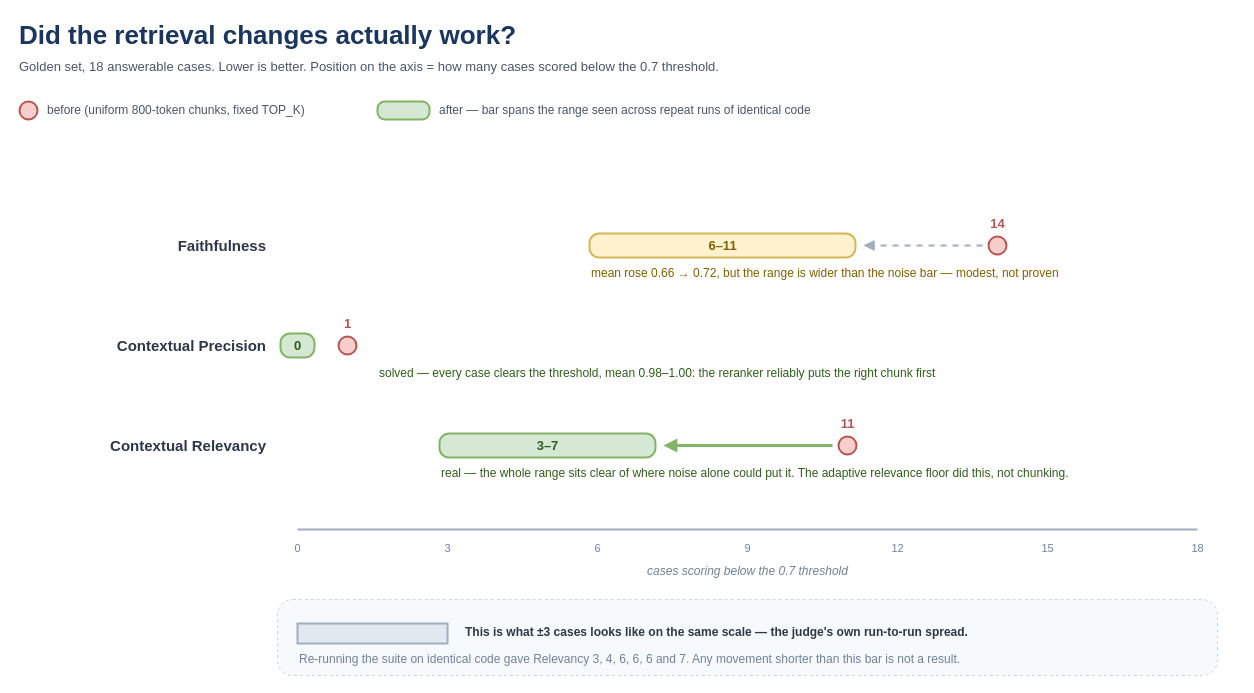
Earlier version of the draw.io diagram docs/diagrams/eval-results.drawio (aaqibkhorasi/Production-Grade-RAG). Source tidied: cells renumbered, new cells numbered last; positions are measured from the earlier drawing's top-left corner, leaving out a move shared by most shapes. Both pictures are drawn from the tidied source at 100%, with x=0, y=0 at pixel (17, 17).
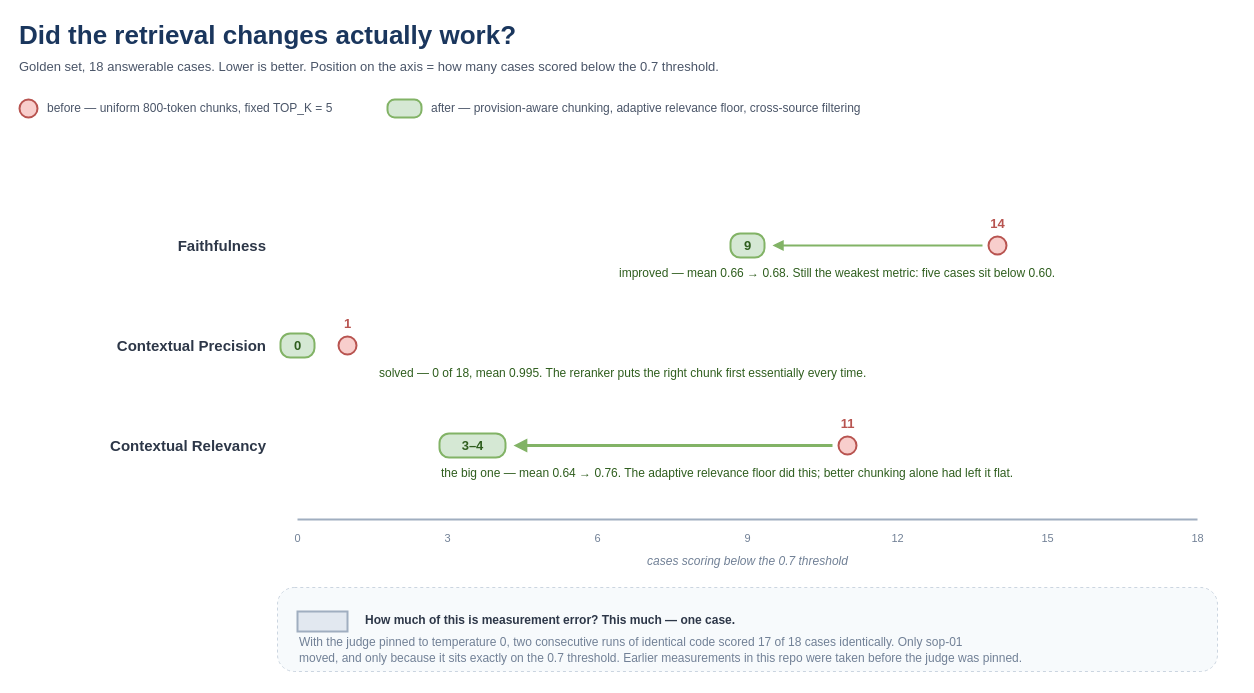
The same page after the edit.

Commit message (it also covers changes not shown here):
Redraw the results chart against the deterministic judge

What changed in the source:
```diff
@@
     <mxCell id="4" style="ellipse;html=1;fillColor=#F8CECC;strokeColor=#B85450;strokeWidth=2;" parent="1" vertex="1">
-      <mxGeometry x="2" y="84" width="18" height="18" as="geometry" />
+      <mxGeometry x="2" y="82" width="18" height="18" as="geometry" />
     </mxCell>
-    <mxCell id="5" value="before (uniform 800-token chunks, fixed TOP_K)" style="text;html=1;fontSize=12;fontColor=#4A5568;align=left;verticalAlign=middle;" parent="1" vertex="1">
-      <mxGeometry x="28" y="84" width="320" height="18" as="geometry" />
+    <mxCell id="5" value="before — uniform 800-token chunks, fixed TOP_K = 5" style="text;html=1;fontSize=12;fontColor=#4A5568;align=left;verticalAlign=middle;" parent="1" vertex="1">
+      <mxGeometry x="28" y="82" width="330" height="18" as="geometry" />
     </mxCell>
     <mxCell id="6" style="rounded=1;arcSize=40;html=1;fillColor=#D5E8D4;strokeColor=#82B366;strokeWidth=2;" parent="1" vertex="1">
-      <mxGeometry x="360" y="84" width="52" height="18" as="geometry" />
+      <mxGeometry x="370" y="82" width="34" height="18" as="geometry" />
     </mxCell>
-    <mxCell id="7" value="after — bar spans the range seen across repeat runs of identical code" style="text;html=1;fontSize=12;fontColor=#4A5568;align=left;verticalAlign=middle;" parent="1" vertex="1">
-      <mxGeometry x="420" y="84" width="470" height="18" as="geometry" />
+    <mxCell id="7" value="after — provision-aware chunking, adaptive relevance floor, cross-source filtering" style="text;html=1;fontSize=12;fontColor=#4A5568;align=left;verticalAlign=middle;" parent="1" vertex="1">
+      <mxGeometry x="412" y="82" width="560" height="18" as="geometry" />
     </mxCell>
     <mxCell id="8" style="endArrow=none;html=1;strokeColor=#A0AEC0;strokeWidth=2;" parent="1" edge="1">
       <mxGeometry relative="1" as="geometry">
-        <mxPoint x="280" y="512" as="sourcePoint" />
-        <mxPoint x="1180" y="512" as="targetPoint" />
+        <mxPoint x="280" y="502" as="sourcePoint" />
+        <mxPoint x="1180" y="502" as="targetPoint" />
       </mxGeometry>
     </mxCell>
     <mxCell id="9" value="0" style="text;html=1;fontSize=11;fontColor=#718096;align=center;" parent="1" vertex="1">
-      <mxGeometry x="260" y="518" width="40" height="18" as="geometry" />
+      <mxGeometry x="260" y="508" width="40" height="18" as="geometry" />
     </mxCell>
     <mxCell id="10" value="3" style="text;html=1;fontSize=11;fontColor=#718096;align=center;" parent="1" vertex="1">
-      <mxGeometry x="410" y="518" width="40" height="18" as="geometry" />
+      <mxGeometry x="410" y="508" width="40" height="18" as="geometry" />
     </mxCell>
     <mxCell id="11" value="6" style="text;html=1;fontSize=11;fontColor=#718096;align=center;" parent="1" vertex="1">
-      <mxGeometry x="560" y="518" width="40" height="18" as="geometry" />
+      <mxGeometry x="560" y="508" width="40" height="18" as="geometry" />
     </mxCell>
     <mxCell id="12" value="9" style="text;html=1;fontSize=11;fontColor=#718096;align=center;" parent="1" vertex="1">
-      <mxGeometry x="710" y="518" width="40" height="18" as="geometry" />
+      <mxGeometry x="710" y="508" width="40" height="18" as="geometry" />
     </mxCell>
     <mxCell id="13" value="12" style="text;html=1;fontSize=11;fontColor=#718096;align=center;" parent="1" vertex="1">
-      <mxGeometry x="860" y="518" width="40" height="18" as="geometry" />
+      <mxGeometry x="860" y="508" width="40" height="18" as="geometry" />
     </mxCell>
     <mxCell id="14" value="15" style="text;html=1;fontSize=11;fontColor=#718096;align=center;" parent="1" vertex="1">
-      <mxGeometry x="1010" y="518" width="40" height="18" as="geometry" />
+      <mxGeometry x="1010" y="508" width="40" height="18" as="geometry" />
     </mxCell>
     <mxCell id="15" value="18" style="text;html=1;fontSize=11;fontColor=#718096;align=center;" parent="1" vertex="1">
-      <mxGeometry x="1160" y="518" width="40" height="18" as="geometry" />
+      <mxGeometry x="1160" y="508" width="40" height="18" as="geometry" />
     </mxCell>
     <mxCell id="16" value="cases scoring below the 0.7 threshold" style="text;html=1;fontSize=12;fontStyle=2;fontColor=#718096;align=center;" parent="1" vertex="1">
-      <mxGeometry x="580" y="540" width="300" height="20" as="geometry" />
+      <mxGeometry x="580" y="530" width="300" height="20" as="geometry" />
     </mxCell>
@@
-    <mxCell id="18" value="6–11" style="rounded=1;arcSize=40;html=1;fillColor=#FFF2CC;strokeColor=#D6B656;strokeWidth=2;fontSize=13;fontStyle=1;fontColor=#7F6000;" parent="1" vertex="1">
-      <mxGeometry x="572" y="216" width="266" height="24" as="geometry" />
-    </mxCell>
+    <mxCell id="38" value="9" style="rounded=1;arcSize=40;html=1;fillColor=#D5E8D4;strokeColor=#82B366;strokeWidth=2;fontSize=13;fontStyle=1;fontColor=#2F5E1E;" parent="1" vertex="1">
+      <mxGeometry x="713" y="216" width="34" height="24" as="geometry" />
+    </mxCell>
@@
-    <mxCell id="21" style="endArrow=block;endFill=1;html=1;strokeColor=#A0AEC0;strokeWidth=2;dashed=1;" parent="1" edge="1">
+    <mxCell id="21" style="endArrow=block;endFill=1;html=1;strokeColor=#82B366;strokeWidth=2;" parent="1" edge="1">
       <mxGeometry relative="1" as="geometry">
         <mxPoint x="965" y="228" as="sourcePoint" />
-        <mxPoint x="846" y="228" as="targetPoint" />
+        <mxPoint x="755" y="228" as="targetPoint" />
       </mxGeometry>
     </mxCell>
-    <mxCell id="22" value="mean rose 0.66 → 0.72, but the range is wider than the noise bar — modest, not proven" style="text;html=1;fontSize=12;fontColor=#7F6000;align=left;verticalAlign=middle;" parent="1" vertex="1">
-      <mxGeometry x="572" y="246" width="620" height="20" as="geometry" />
+    <mxCell id="22" value="improved — mean 0.66 → 0.68. Still the weakest metric: five cases sit below 0.60." style="text;html=1;fontSize=12;fontColor=#2F5E1E;align=left;verticalAlign=middle;" parent="1" vertex="1">
+      <mxGeometry x="600" y="246" width="620" height="20" as="geometry" />
     </mxCell>
@@
-    <mxCell id="27" value="solved — every case clears the threshold, mean 0.98–1.00: the reranker reliably puts the right chunk first" style="text;html=1;fontSize=12;fontColor=#2F5E1E;align=left;verticalAlign=middle;" parent="1" vertex="1">
+    <mxCell id="27" value="solved — 0 of 18, mean 0.995. The reranker puts the right chunk first essentially every time." style="text;html=1;fontSize=12;fontColor=#2F5E1E;align=left;verticalAlign=middle;" parent="1" vertex="1">
       <mxGeometry x="360" y="346" width="740" height="20" as="geometry" />
     </mxCell>
@@
-    <mxCell id="29" value="3–7" style="rounded=1;arcSize=40;html=1;fillColor=#D5E8D4;strokeColor=#82B366;strokeWidth=2;fontSize=13;fontStyle=1;fontColor=#2F5E1E;" parent="1" vertex="1">
-      <mxGeometry x="422" y="416" width="216" height="24" as="geometry" />
-    </mxCell>
+    <mxCell id="39" value="3–4" style="rounded=1;arcSize=40;html=1;fillColor=#D5E8D4;strokeColor=#82B366;strokeWidth=2;fontSize=13;fontStyle=1;fontColor=#2F5E1E;" parent="1" vertex="1">
+      <mxGeometry x="422" y="416" width="66" height="24" as="geometry" />
+    </mxCell>
@@
     <mxCell id="32" style="endArrow=block;endFill=1;html=1;strokeColor=#82B366;strokeWidth=3;" parent="1" edge="1">
       <mxGeometry relative="1" as="geometry">
         <mxPoint x="815" y="428" as="sourcePoint" />
-        <mxPoint x="646" y="428" as="targetPoint" />
+        <mxPoint x="496" y="428" as="targetPoint" />
       </mxGeometry>
     </mxCell>
-    <mxCell id="33" value="real — the whole range sits clear of where noise alone could put it. The adaptive relevance floor did this, not chunking." style="text;html=1;fontSize=12;fontColor=#2F5E1E;align=left;verticalAlign=middle;" parent="1" vertex="1">
+    <mxCell id="33" value="the big one — mean 0.64 → 0.76. The adaptive relevance floor did this; better chunking alone had left it flat." style="text;html=1;fontSize=12;fontColor=#2F5E1E;align=left;verticalAlign=middle;" parent="1" vertex="1">
       <mxGeometry x="422" y="446" width="760" height="20" as="geometry" />
     </mxCell>
     <mxCell id="34" style="rounded=1;arcSize=20;html=1;fillColor=#F7FAFC;strokeColor=#CBD5E0;dashed=1;" parent="1" vertex="1">
-      <mxGeometry x="260" y="582" width="940" height="76" as="geometry" />
+      <mxGeometry x="260" y="570" width="940" height="84" as="geometry" />
     </mxCell>
     <mxCell id="35" style="rounded=0;html=1;fillColor=#E2E8F0;strokeColor=#A0AEC0;strokeWidth=2;" parent="1" vertex="1">
-      <mxGeometry x="280" y="606" width="150" height="20" as="geometry" />
+      <mxGeometry x="280" y="594" width="50" height="20" as="geometry" />
     </mxCell>
-    <mxCell id="36" value="This is what ±3 cases looks like on the same scale — the judge's own run-to-run spread." style="text;html=1;fontSize=12;fontStyle=1;fontColor=#2D3748;align=left;verticalAlign=middle;" parent="1" vertex="1">
-      <mxGeometry x="446" y="604" width="740" height="22" as="geometry" />
+    <mxCell id="36" value="How much of this is measurement error? This much — one case." style="text;html=1;fontSize=12;fontStyle=1;fontColor=#2D3748;align=left;verticalAlign=middle;" parent="1" vertex="1">
+      <mxGeometry x="346" y="592" width="640" height="22" as="geometry" />
     </mxCell>
-    <mxCell id="37" value="Re-running the suite on identical code gave Relevancy 3, 4, 6, 6, 6 and 7. Any movement shorter than this bar is not a result." style="text;html=1;fontSize=12;fontColor=#718096;align=left;verticalAlign=middle;" parent="1" vertex="1">
-      <mxGeometry x="280" y="632" width="900" height="20" as="geometry" />
+    <mxCell id="37" value="With the judge pinned to temperature 0, two consecutive runs of identical code scored 17 of 18 cases identically. Only sop-01" style="text;html=1;fontSize=12;fontColor=#718096;align=left;verticalAlign=middle;" parent="1" vertex="1">
+      <mxGeometry x="280" y="616" width="900" height="18" as="geometry" />
     </mxCell>
+    <mxCell id="40" value="moved, and only because it sits exactly on the 0.7 threshold. Earlier measurements in this repo were taken before the judge was pinned." style="text;html=1;fontSize=12;fontColor=#718096;align=left;verticalAlign=middle;" parent="1" vertex="1">
+      <mxGeometry x="280" y="632" width="900" height="18" as="geometry" />
+    </mxCell>
```
